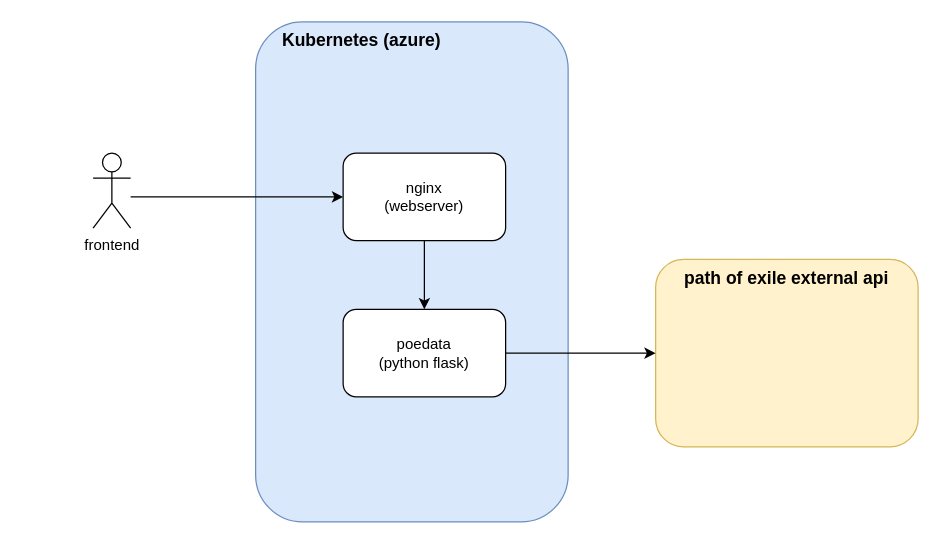
The draw.io diagram doc/architecture.drawio in TheJasperV/poeladderapp, before the edit. Source tidied: cells renumbered, new cells numbered last; positions are measured from the earlier drawing's top-left corner, leaving out a move shared by most shapes. Both pictures are drawn from the tidied source at 125%, with x=0, y=0 at pixel (92, 21).
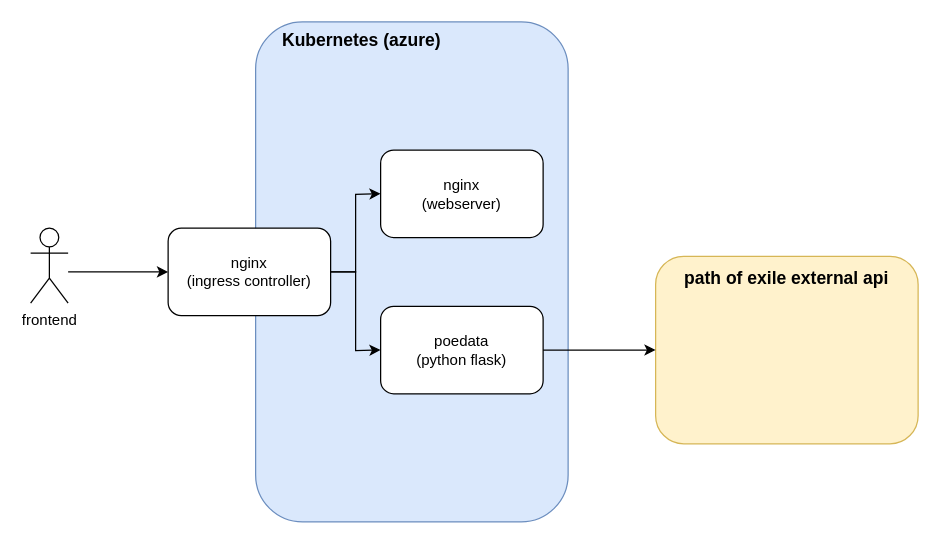
The same page after the edit.

Commit message:
add ingress controller to architecture overview

Change to the diagram source:
```diff
@@
 <mxGraphModel>
   <root>
     <mxCell id="0" />
     <mxCell id="1" parent="0" />
     <mxCell id="2" style="rounded=1;whiteSpace=wrap;html=1;fillColor=#dae8fc;strokeColor=#6c8ebf;" parent="1" vertex="1">
       <mxGeometry x="130" width="250" height="400" as="geometry" />
     </mxCell>
     <mxCell id="3" value="&lt;b&gt;&lt;font style=&quot;font-size: 14px;&quot;&gt;Kubernetes (azure)&lt;/font&gt;&lt;/b&gt;" style="text;html=1;align=center;verticalAlign=middle;whiteSpace=wrap;rounded=0;" parent="1" vertex="1">
       <mxGeometry x="150" width="130" height="30" as="geometry" />
     </mxCell>
     <mxCell id="4" value="frontend" style="shape=umlActor;verticalLabelPosition=bottom;verticalAlign=top;html=1;" parent="1" vertex="1">
-      <mxGeometry y="105" width="30" height="60" as="geometry" />
+      <mxGeometry x="-50" y="165" width="30" height="60" as="geometry" />
     </mxCell>
     <mxCell id="5" value="&lt;div&gt;nginx&lt;/div&gt;&lt;div&gt;(webserver)&lt;/div&gt;" style="rounded=1;whiteSpace=wrap;html=1;" parent="1" vertex="1">
-      <mxGeometry x="200" y="105" width="130" height="70" as="geometry" />
+      <mxGeometry x="230" y="102.5" width="130" height="70" as="geometry" />
     </mxCell>
     <mxCell id="6" value="&lt;div&gt;poedata&lt;/div&gt;&lt;div&gt;(python flask)&lt;br&gt;&lt;/div&gt;" style="rounded=1;whiteSpace=wrap;html=1;" parent="1" vertex="1">
-      <mxGeometry x="200" y="230" width="130" height="70" as="geometry" />
+      <mxGeometry x="230" y="227.5" width="130" height="70" as="geometry" />
     </mxCell>
-    <mxCell id="7" style="endArrow=classic;html=1;rounded=0;entryX=0;entryY=0.5;entryDx=0;entryDy=0;" parent="1" edge="1" target="5">
+    <mxCell id="7" style="endArrow=classic;html=1;rounded=0;entryX=0;entryY=0.5;entryDx=0;entryDy=0;" parent="1" edge="1" target="12">
       <mxGeometry relative="1" as="geometry">
-        <mxPoint x="30" y="140" as="sourcePoint" />
+        <mxPoint x="-20" y="200" as="sourcePoint" />
       </mxGeometry>
     </mxCell>
     <mxCell id="8" style="rounded=1;whiteSpace=wrap;html=1;fillColor=#fff2cc;strokeColor=#d6b656;" parent="1" vertex="1">
-      <mxGeometry x="450" y="190" width="210" height="150" as="geometry" />
+      <mxGeometry x="450" y="187.5" width="210" height="150" as="geometry" />
     </mxCell>
     <mxCell id="9" value="&lt;font style=&quot;font-size: 14px;&quot;&gt;&lt;b&gt;path of exile external api&lt;br&gt;&lt;/b&gt;&lt;/font&gt;" style="text;html=1;align=center;verticalAlign=middle;whiteSpace=wrap;rounded=0;" parent="1" vertex="1">
       <mxGeometry x="470" y="190" width="170" height="30" as="geometry" />
     </mxCell>
     <mxCell id="10" style="endArrow=classic;html=1;rounded=0;entryX=0;entryY=0.5;entryDx=0;entryDy=0;exitX=1;exitY=0.5;exitDx=0;exitDy=0;" parent="1" edge="1" source="6" target="8">
       <mxGeometry relative="1" as="geometry" />
     </mxCell>
-    <mxCell id="11" style="endArrow=classic;html=1;rounded=0;entryX=0.5;entryY=0;entryDx=0;entryDy=0;exitX=0.5;exitY=1;exitDx=0;exitDy=0;" parent="1" edge="1" source="5" target="6">
-      <mxGeometry relative="1" as="geometry" />
-    </mxCell>
+    <mxCell id="12" value="&lt;div&gt;nginx&lt;/div&gt;&lt;div&gt;(ingress controller)&lt;/div&gt;" style="rounded=1;whiteSpace=wrap;html=1;" parent="1" vertex="1">
+      <mxGeometry x="60" y="165" width="130" height="70" as="geometry" />
+    </mxCell>
+    <mxCell id="13" style="endArrow=classic;html=1;rounded=0;entryX=0;entryY=0.5;entryDx=0;entryDy=0;exitX=1;exitY=0.5;exitDx=0;exitDy=0;" parent="1" edge="1" source="12" target="6">
+      <mxGeometry relative="1" as="geometry">
+        <Array as="points">
+          <mxPoint x="210" y="200" />
+          <mxPoint x="210" y="263" />
+        </Array>
+      </mxGeometry>
+    </mxCell>
+    <mxCell id="14" style="endArrow=classic;html=1;rounded=0;entryX=0;entryY=0.5;entryDx=0;entryDy=0;exitX=1;exitY=0.5;exitDx=0;exitDy=0;" parent="1" edge="1" source="12" target="5">
+      <mxGeometry relative="1" as="geometry">
+        <Array as="points">
+          <mxPoint x="210" y="200" />
+          <mxPoint x="210" y="138" />
+        </Array>
+      </mxGeometry>
+    </mxCell>
   </root>
 </mxGraphModel>
```
